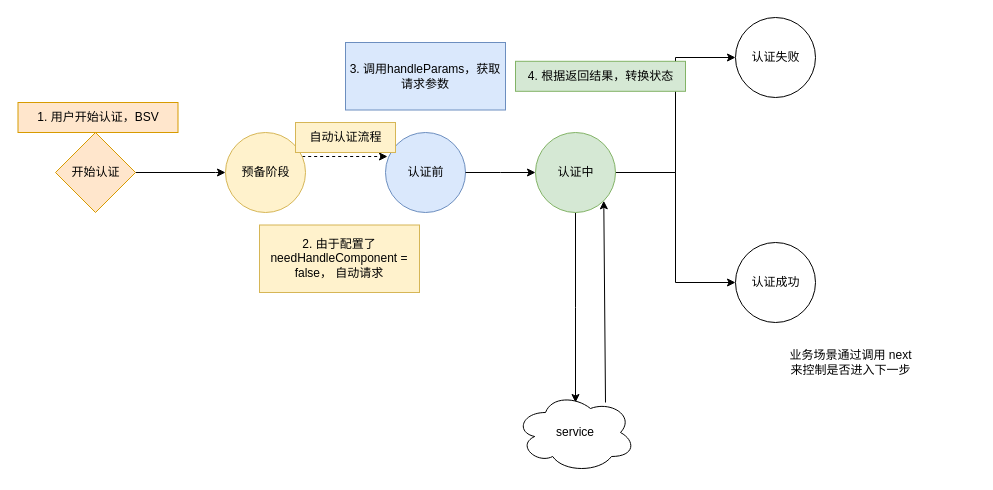
Before: page "场景1:不需要认证步" (3 of 12) of useVerify/状态机.drawio in RexYao97/sfrex, a draw.io diagram. Source tidied: cells renumbered, new cells numbered last; positions are measured from the earlier drawing's top-left corner, leaving out a move shared by most shapes. Both pictures are drawn from the tidied source at 100%, with x=0, y=0 at pixel (17, 17).
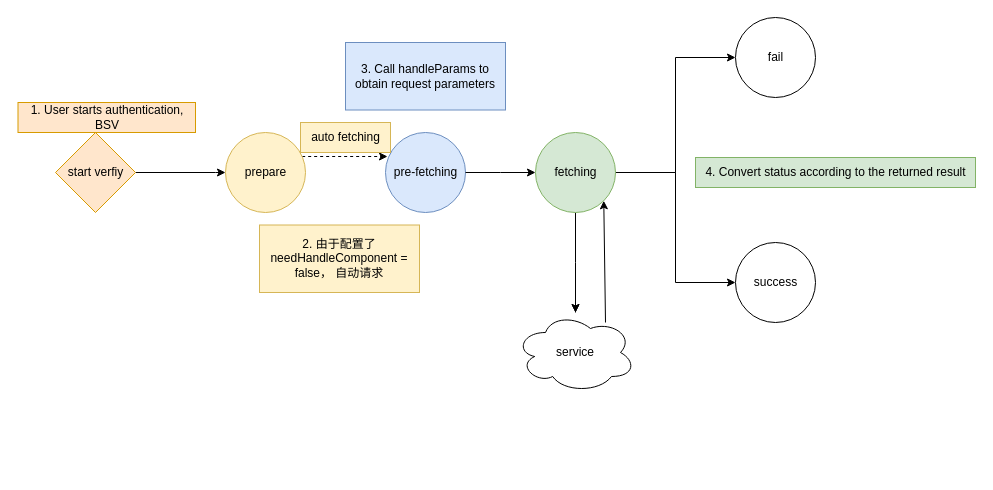
Above is the later version.

Unchanged cells that the change refers to:
```xml
<mxCell id="11" style="ellipse;whiteSpace=wrap;html=1;fillColor=#d5e8d4;strokeColor=#82b366;" parent="1" vertex="1">
  <mxGeometry x="518" y="115" width="80" height="80" as="geometry" />
</mxCell>
```

Diff of the diagram source:
```diff
@@
-    <mxCell id="5" value="预备阶段" style="text;html=1;align=center;verticalAlign=middle;strokeColor=none;fillColor=none;" parent="1" vertex="1">
-      <mxGeometry x="213" y="140" width="70" height="30" as="geometry" />
+    <mxCell id="5" value="prepare" style="text;html=1;align=center;verticalAlign=middle;strokeColor=none;fillColor=none;" parent="1" vertex="1">
+      <mxGeometry x="218" y="140" width="60" height="30" as="geometry" />
     </mxCell>
@@
-    <mxCell id="7" value="认证前" style="text;html=1;align=center;verticalAlign=middle;strokeColor=none;fillColor=none;" parent="1" vertex="1">
-      <mxGeometry x="378" y="140" width="60" height="30" as="geometry" />
+    <mxCell id="7" value="pre-fetching" style="text;html=1;align=center;verticalAlign=middle;strokeColor=none;fillColor=none;" parent="1" vertex="1">
+      <mxGeometry x="363" y="140" width="90" height="30" as="geometry" />
     </mxCell>
@@
     <mxCell id="10" style="edgeStyle=orthogonalEdgeStyle;rounded=0;jettySize=auto;html=1;" parent="1" edge="1" source="11">
       <mxGeometry relative="1" as="geometry">
-        <mxPoint x="558" y="385" as="targetPoint" />
+        <mxPoint x="558" y="295" as="targetPoint" />
       </mxGeometry>
     </mxCell>
@@
-    <mxCell id="12" value="认证中" style="text;html=1;align=center;verticalAlign=middle;strokeColor=none;fillColor=none;" parent="1" vertex="1">
-      <mxGeometry x="528" y="140" width="60" height="30" as="geometry" />
+    <mxCell id="12" value="fetching" style="text;html=1;align=center;verticalAlign=middle;strokeColor=none;fillColor=none;" parent="1" vertex="1">
+      <mxGeometry x="523" y="140" width="70" height="30" as="geometry" />
     </mxCell>
@@
-    <mxCell id="14" value="认证成功" style="text;html=1;align=center;verticalAlign=middle;strokeColor=none;fillColor=none;" parent="1" vertex="1">
+    <mxCell id="14" value="success" style="text;html=1;align=center;verticalAlign=middle;strokeColor=none;fillColor=none;" parent="1" vertex="1">
       <mxGeometry x="723" y="250" width="70" height="30" as="geometry" />
     </mxCell>
@@
-    <mxCell id="16" value="认证失败" style="text;html=1;align=center;verticalAlign=middle;strokeColor=none;fillColor=none;" parent="1" vertex="1">
-      <mxGeometry x="723" y="25" width="70" height="30" as="geometry" />
+    <mxCell id="16" value="fail" style="text;html=1;align=center;verticalAlign=middle;strokeColor=none;fillColor=none;" parent="1" vertex="1">
+      <mxGeometry x="738" y="25" width="40" height="30" as="geometry" />
     </mxCell>
@@
-    <mxCell id="19" value="开始认证" style="text;html=1;align=center;verticalAlign=middle;strokeColor=none;fillColor=none;" parent="1" vertex="1">
-      <mxGeometry x="43" y="140" width="70" height="30" as="geometry" />
+    <mxCell id="19" value="start verfiy" style="text;html=1;align=center;verticalAlign=middle;strokeColor=none;fillColor=none;" parent="1" vertex="1">
+      <mxGeometry x="38" y="140" width="80" height="30" as="geometry" />
     </mxCell>
-    <mxCell id="20" value="业务场景通过调用 next &lt;br&gt;来控制是否进入下一步" style="text;html=1;align=center;verticalAlign=middle;strokeColor=none;fillColor=none;" parent="1" vertex="1">
-      <mxGeometry x="758" y="325" width="150" height="40" as="geometry" />
-    </mxCell>
-    <mxCell id="21" value="自动认证流程" style="text;html=1;align=center;verticalAlign=middle;strokeColor=#d6b656;fillColor=#fff2cc;" parent="1" vertex="1">
-      <mxGeometry x="278" y="105" width="100" height="30" as="geometry" />
+    <mxCell id="21" value="auto fetching" style="text;html=1;align=center;verticalAlign=middle;strokeColor=#d6b656;fillColor=#fff2cc;" parent="1" vertex="1">
+      <mxGeometry x="283" y="105" width="90" height="30" as="geometry" />
     </mxCell>
-    <mxCell id="22" value="1. 用户开始认证，BSV" style="text;html=1;strokeColor=#d79b00;fillColor=#ffe6cc;align=center;verticalAlign=middle;whiteSpace=wrap;rounded=0;" parent="1" vertex="1">
-      <mxGeometry x="0.5" y="85" width="160" height="30" as="geometry" />
+    <mxCell id="22" value="1. User starts authentication, BSV" style="text;html=1;strokeColor=#d79b00;fillColor=#ffe6cc;align=center;verticalAlign=middle;whiteSpace=wrap;rounded=0;" parent="1" vertex="1">
+      <mxGeometry x="0.5" y="85" width="177.5" height="30" as="geometry" />
     </mxCell>
@@
-    <mxCell id="24" value="3. 调用handleParams，获取请求参数" style="text;html=1;strokeColor=#6c8ebf;fillColor=#dae8fc;align=center;verticalAlign=middle;whiteSpace=wrap;rounded=0;" parent="1" vertex="1">
+    <mxCell id="24" value="3. Call handleParams to obtain request parameters" style="text;html=1;strokeColor=#6c8ebf;fillColor=#dae8fc;align=center;verticalAlign=middle;whiteSpace=wrap;rounded=0;" parent="1" vertex="1">
       <mxGeometry x="328" y="25" width="160" height="67.5" as="geometry" />
     </mxCell>
+    <mxCell id="28" style="edgeStyle=orthogonalEdgeStyle;rounded=0;jettySize=auto;html=1;" parent="1" edge="1" source="25">
+      <mxGeometry relative="1" as="geometry">
+        <mxPoint x="558" y="295" as="targetPoint" />
+      </mxGeometry>
+    </mxCell>
     <mxCell id="25" value="service" style="ellipse;shape=cloud;whiteSpace=wrap;html=1;" parent="1" vertex="1">
-      <mxGeometry x="498" y="375" width="120" height="80" as="geometry" />
+      <mxGeometry x="498" y="295" width="120" height="80" as="geometry" />
     </mxCell>
@@
-    <mxCell id="27" value="4. 根据返回结果，转换状态" style="text;html=1;align=center;verticalAlign=middle;strokeColor=#82b366;fillColor=#d5e8d4;" parent="1" vertex="1">
-      <mxGeometry x="498" y="43.8" width="170" height="30" as="geometry" />
+    <mxCell id="27" value="4. Convert status according to the returned result" style="text;html=1;align=center;verticalAlign=middle;strokeColor=#82b366;fillColor=#d5e8d4;" parent="1" vertex="1">
+      <mxGeometry x="678" y="140" width="280" height="30" as="geometry" />
     </mxCell>
```
